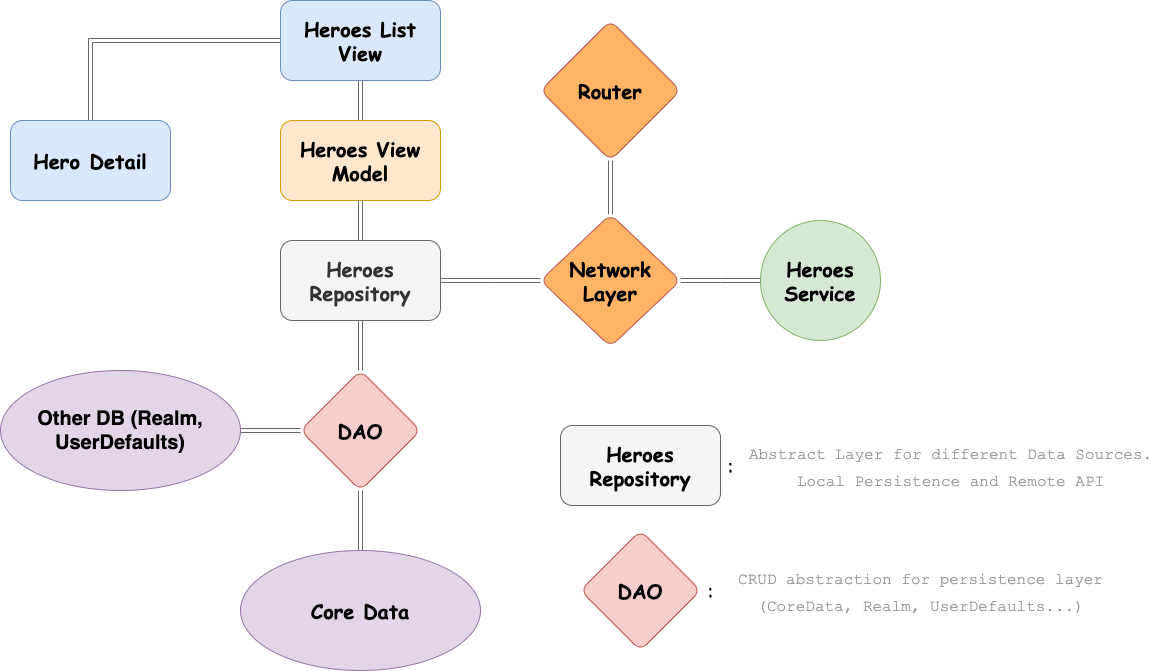
The draw.io diagram Resources/Architecture.png in ConradoMateu/Marvel-Client, before a commit. Source tidied: cells renumbered, new cells last; positions are measured from the earlier drawing's top-left corner, leaving out a move shared by most shapes. The source it was exported from:
```xml
<mxGraphModel>
  <root>
    <mxCell id="0" />
    <mxCell id="1" parent="0" />
    <mxCell id="2" style="edgeStyle=orthogonalEdgeStyle;shape=link;rounded=0;jettySize=auto;html=1;fillColor=#f5f5f5;gradientColor=#b3b3b3;strokeColor=#666666;" parent="1" edge="1" source="3" target="20">
      <mxGeometry relative="1" as="geometry" />
    </mxCell>
    <mxCell id="3" value="&lt;font style=&quot;font-size: 20px&quot; face=&quot;Comic Sans MS&quot;&gt;&lt;b&gt;Heroes List View&lt;/b&gt;&lt;/font&gt;" style="rounded=1;whiteSpace=wrap;html=1;fontSize=12;glass=0;strokeWidth=1;shadow=0;fillColor=#dae8fc;strokeColor=#6c8ebf;" parent="1" vertex="1">
      <mxGeometry x="280" width="160" height="80" as="geometry" />
    </mxCell>
    <mxCell id="4" style="edgeStyle=orthogonalEdgeStyle;shape=link;rounded=0;jettySize=auto;html=1;fillColor=#f5f5f5;gradientColor=#b3b3b3;strokeColor=#666666;" parent="1" edge="1" source="5" target="3">
      <mxGeometry relative="1" as="geometry" />
    </mxCell>
    <mxCell id="5" value="&lt;font style=&quot;font-size: 20px&quot; face=&quot;Comic Sans MS&quot;&gt;&lt;b&gt;Heroes View Model&lt;/b&gt;&lt;/font&gt;" style="rounded=1;whiteSpace=wrap;html=1;fontSize=12;glass=0;strokeWidth=1;shadow=0;fillColor=#ffe6cc;strokeColor=#d79b00;" parent="1" vertex="1">
      <mxGeometry x="280" y="120" width="160" height="80" as="geometry" />
    </mxCell>
    <mxCell id="6" style="edgeStyle=orthogonalEdgeStyle;shape=link;rounded=0;jettySize=auto;html=1;fillColor=#f5f5f5;gradientColor=#b3b3b3;strokeColor=#666666;" parent="1" edge="1" source="8" target="10">
      <mxGeometry relative="1" as="geometry" />
    </mxCell>
    <mxCell id="7" style="edgeStyle=orthogonalEdgeStyle;shape=link;rounded=0;jettySize=auto;html=1;fillColor=#f5f5f5;gradientColor=#b3b3b3;strokeColor=#666666;" parent="1" edge="1" source="8" target="5">
      <mxGeometry relative="1" as="geometry" />
    </mxCell>
    <mxCell id="8" value="&lt;font style=&quot;font-size: 20px&quot; face=&quot;Comic Sans MS&quot;&gt;&lt;b&gt;Heroes Repository&lt;/b&gt;&lt;/font&gt;" style="rounded=1;whiteSpace=wrap;html=1;fontSize=12;glass=0;strokeWidth=1;shadow=0;fillColor=#f5f5f5;strokeColor=#666666;fontColor=#333333;" parent="1" vertex="1">
      <mxGeometry x="280" y="240" width="160" height="80" as="geometry" />
    </mxCell>
    <mxCell id="9" style="edgeStyle=orthogonalEdgeStyle;shape=link;rounded=0;jettySize=auto;html=1;fillColor=#f5f5f5;gradientColor=#b3b3b3;strokeColor=#666666;" parent="1" edge="1" source="10" target="11">
      <mxGeometry relative="1" as="geometry" />
    </mxCell>
    <mxCell id="10" value="&lt;font style=&quot;font-size: 20px&quot; face=&quot;Comic Sans MS&quot;&gt;&lt;b&gt;DAO&lt;/b&gt;&lt;/font&gt;" style="rhombus;whiteSpace=wrap;html=1;rounded=1;shadow=0;strokeWidth=1;glass=0;fillColor=#f8cecc;strokeColor=#b85450;" parent="1" vertex="1">
      <mxGeometry x="300" y="370" width="120" height="120" as="geometry" />
    </mxCell>
    <mxCell id="11" value="&lt;b&gt;&lt;font face=&quot;Comic Sans MS&quot; style=&quot;font-size: 20px&quot;&gt;Core Data&lt;/font&gt;&lt;/b&gt;" style="ellipse;whiteSpace=wrap;html=1;rounded=1;shadow=0;strokeWidth=1;glass=0;fillColor=#e1d5e7;strokeColor=#9673a6;" parent="1" vertex="1">
      <mxGeometry x="240" y="550" width="240" height="120" as="geometry" />
    </mxCell>
    <mxCell id="12" style="edgeStyle=orthogonalEdgeStyle;shape=link;rounded=0;jettySize=auto;html=1;fillColor=#f5f5f5;gradientColor=#b3b3b3;strokeColor=#666666;" parent="1" edge="1" source="13" target="10">
      <mxGeometry relative="1" as="geometry" />
    </mxCell>
    <mxCell id="13" value="&lt;font style=&quot;font-size: 20px&quot;&gt;&lt;b&gt;Other DB (Realm, UserDefaults)&lt;/b&gt;&lt;/font&gt;" style="ellipse;whiteSpace=wrap;html=1;rounded=1;shadow=0;strokeWidth=1;glass=0;fillColor=#e1d5e7;strokeColor=#9673a6;" parent="1" vertex="1">
      <mxGeometry y="370" width="240" height="120" as="geometry" />
    </mxCell>
    <mxCell id="14" value="&lt;font face=&quot;Comic Sans MS&quot; size=&quot;1&quot;&gt;&lt;b style=&quot;font-size: 20px&quot;&gt;Heroes Service&lt;/b&gt;&lt;/font&gt;" style="ellipse;whiteSpace=wrap;html=1;rounded=1;shadow=0;strokeColor=#82b366;strokeWidth=1;fillColor=#d5e8d4;glass=0;" parent="1" vertex="1">
      <mxGeometry x="760" y="220" width="120" height="120" as="geometry" />
    </mxCell>
    <mxCell id="15" style="edgeStyle=orthogonalEdgeStyle;shape=link;rounded=0;jettySize=auto;html=1;fillColor=#f5f5f5;gradientColor=#b3b3b3;strokeColor=#666666;" parent="1" edge="1" source="17" target="8">
      <mxGeometry relative="1" as="geometry" />
    </mxCell>
    <mxCell id="16" style="edgeStyle=orthogonalEdgeStyle;shape=link;rounded=0;jettySize=auto;html=1;fillColor=#f5f5f5;strokeColor=#666666;gradientColor=#b3b3b3;" parent="1" edge="1" source="17" target="14">
      <mxGeometry relative="1" as="geometry" />
    </mxCell>
    <mxCell id="17" value="&lt;font style=&quot;font-size: 20px&quot; face=&quot;Comic Sans MS&quot;&gt;&lt;b&gt;Network Layer&lt;/b&gt;&lt;/font&gt;" style="rhombus;whiteSpace=wrap;html=1;rounded=1;shadow=0;strokeWidth=1;glass=0;fillColor=#FFB366;strokeColor=#b85450;" parent="1" vertex="1">
      <mxGeometry x="540" y="213.8" width="140" height="132.5" as="geometry" />
    </mxCell>
    <mxCell id="18" style="edgeStyle=orthogonalEdgeStyle;shape=link;rounded=0;jettySize=auto;html=1;fillColor=#f5f5f5;gradientColor=#b3b3b3;strokeColor=#666666;" parent="1" edge="1" source="19" target="17">
      <mxGeometry relative="1" as="geometry" />
    </mxCell>
    <mxCell id="19" value="&lt;font style=&quot;font-size: 20px&quot; face=&quot;Comic Sans MS&quot;&gt;&lt;b&gt;Router&lt;/b&gt;&lt;/font&gt;" style="rhombus;whiteSpace=wrap;html=1;rounded=1;shadow=0;strokeWidth=1;glass=0;fillColor=#FFB366;strokeColor=#b85450;" parent="1" vertex="1">
      <mxGeometry x="540" y="20" width="140" height="140" as="geometry" />
    </mxCell>
    <mxCell id="20" value="&lt;font size=&quot;1&quot; face=&quot;Comic Sans MS&quot;&gt;&lt;b style=&quot;font-size: 20px&quot;&gt;Hero&amp;nbsp;Detail&lt;/b&gt;&lt;/font&gt;" style="rounded=1;whiteSpace=wrap;html=1;shadow=0;strokeColor=#6c8ebf;strokeWidth=1;fillColor=#dae8fc;glass=0;" parent="1" vertex="1">
      <mxGeometry x="10" y="120" width="160" height="80" as="geometry" />
    </mxCell>
    <mxCell id="21" value="&lt;font style=&quot;font-size: 20px&quot; face=&quot;Comic Sans MS&quot; color=&quot;#000000&quot;&gt;&lt;b&gt;Heroes Repository&lt;/b&gt;&lt;/font&gt;" style="rounded=1;whiteSpace=wrap;html=1;fontSize=12;glass=0;strokeWidth=1;shadow=0;fillColor=#f5f5f5;strokeColor=#666666;fontColor=#333333;" parent="1" vertex="1">
      <mxGeometry x="560" y="425" width="160" height="80" as="geometry" />
    </mxCell>
    <mxCell id="22" value=":" style="text;html=1;align=center;verticalAlign=middle;strokeColor=none;fillColor=none;fontSize=20;fontFamily=Comic Sans MS;fontColor=#000000;" parent="1" vertex="1">
      <mxGeometry x="720" y="450" width="20" height="30" as="geometry" />
    </mxCell>
    <mxCell id="23" value="&lt;font face=&quot;Courier New&quot;&gt;&lt;span style=&quot;font-size: 14px&quot;&gt;&lt;font color=&quot;#999999&quot; style=&quot;font-size: 16px&quot;&gt;Abstract Layer for different Data Sources.&lt;br&gt;Local Persistence and Remote API&lt;/font&gt;&lt;br&gt;&lt;/span&gt;&lt;/font&gt;" style="text;html=1;align=center;verticalAlign=middle;strokeColor=none;fillColor=none;fontSize=20;fontFamily=Comic Sans MS;fontColor=#000000;" parent="1" vertex="1">
      <mxGeometry x="740" y="435" width="420" height="60" as="geometry" />
    </mxCell>
    <mxCell id="24" value="&lt;font style=&quot;font-size: 20px&quot; face=&quot;Comic Sans MS&quot;&gt;&lt;b&gt;DAO&lt;/b&gt;&lt;/font&gt;" style="rhombus;whiteSpace=wrap;html=1;rounded=1;shadow=0;strokeWidth=1;glass=0;fillColor=#f8cecc;strokeColor=#b85450;" parent="1" vertex="1">
      <mxGeometry x="580" y="530" width="120" height="120" as="geometry" />
    </mxCell>
    <mxCell id="25" value=":" style="text;html=1;align=center;verticalAlign=middle;strokeColor=none;fillColor=none;fontSize=20;fontFamily=Comic Sans MS;fontColor=#000000;" parent="1" vertex="1">
      <mxGeometry x="700" y="575" width="20" height="30" as="geometry" />
    </mxCell>
    <mxCell id="26" value="&lt;font size=&quot;1&quot; face=&quot;Courier New&quot; color=&quot;#999999&quot;&gt;&lt;span style=&quot;font-size: 16px&quot;&gt;CRUD abstraction for persistence layer&lt;br&gt;(CoreData, Realm, UserDefaults...)&lt;br&gt;&lt;/span&gt;&lt;/font&gt;" style="text;html=1;align=center;verticalAlign=middle;strokeColor=none;fillColor=none;fontSize=20;fontFamily=Comic Sans MS;fontColor=#000000;" parent="1" vertex="1">
      <mxGeometry x="730" y="560" width="380" height="60" as="geometry" />
    </mxCell>
  </root>
</mxGraphModel>
```
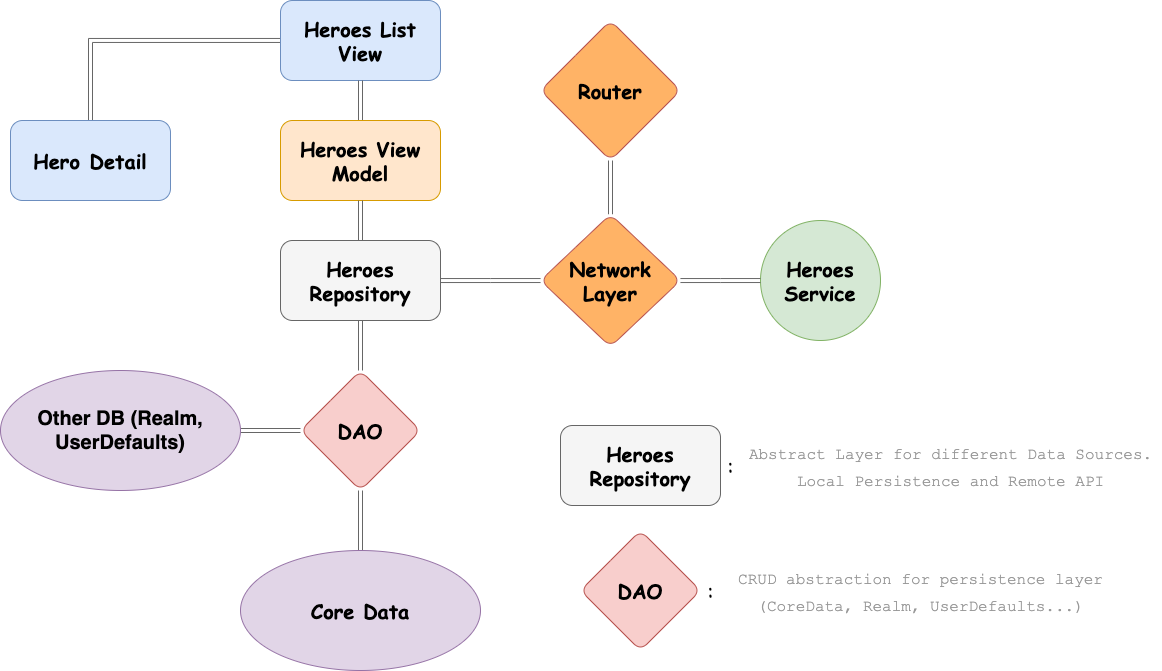
After the change.

The edit, as a diff of the source:
```diff
@@ -20,7 +20,7 @@
     <mxCell id="7" style="edgeStyle=orthogonalEdgeStyle;shape=link;rounded=0;jettySize=auto;html=1;fillColor=#f5f5f5;gradientColor=#b3b3b3;strokeColor=#666666;" parent="1" edge="1" source="8" target="5">
       <mxGeometry relative="1" as="geometry" />
     </mxCell>
-    <mxCell id="8" value="&lt;font style=&quot;font-size: 20px&quot; face=&quot;Comic Sans MS&quot;&gt;&lt;b&gt;Heroes Repository&lt;/b&gt;&lt;/font&gt;" style="rounded=1;whiteSpace=wrap;html=1;fontSize=12;glass=0;strokeWidth=1;shadow=0;fillColor=#f5f5f5;strokeColor=#666666;fontColor=#333333;" parent="1" vertex="1">
+    <mxCell id="8" value="&lt;font style=&quot;font-size: 20px&quot; face=&quot;Comic Sans MS&quot; color=&quot;#000000&quot;&gt;&lt;b&gt;Heroes Repository&lt;/b&gt;&lt;/font&gt;" style="rounded=1;whiteSpace=wrap;html=1;fontSize=12;glass=0;strokeWidth=1;shadow=0;fillColor=#f5f5f5;strokeColor=#666666;fontColor=#333333;" parent="1" vertex="1">
       <mxGeometry x="280" y="240" width="160" height="80" as="geometry" />
     </mxCell>
     <mxCell id="9" style="edgeStyle=orthogonalEdgeStyle;shape=link;rounded=0;jettySize=auto;html=1;fillColor=#f5f5f5;gradientColor=#b3b3b3;strokeColor=#666666;" parent="1" edge="1" source="10" target="11">
```
